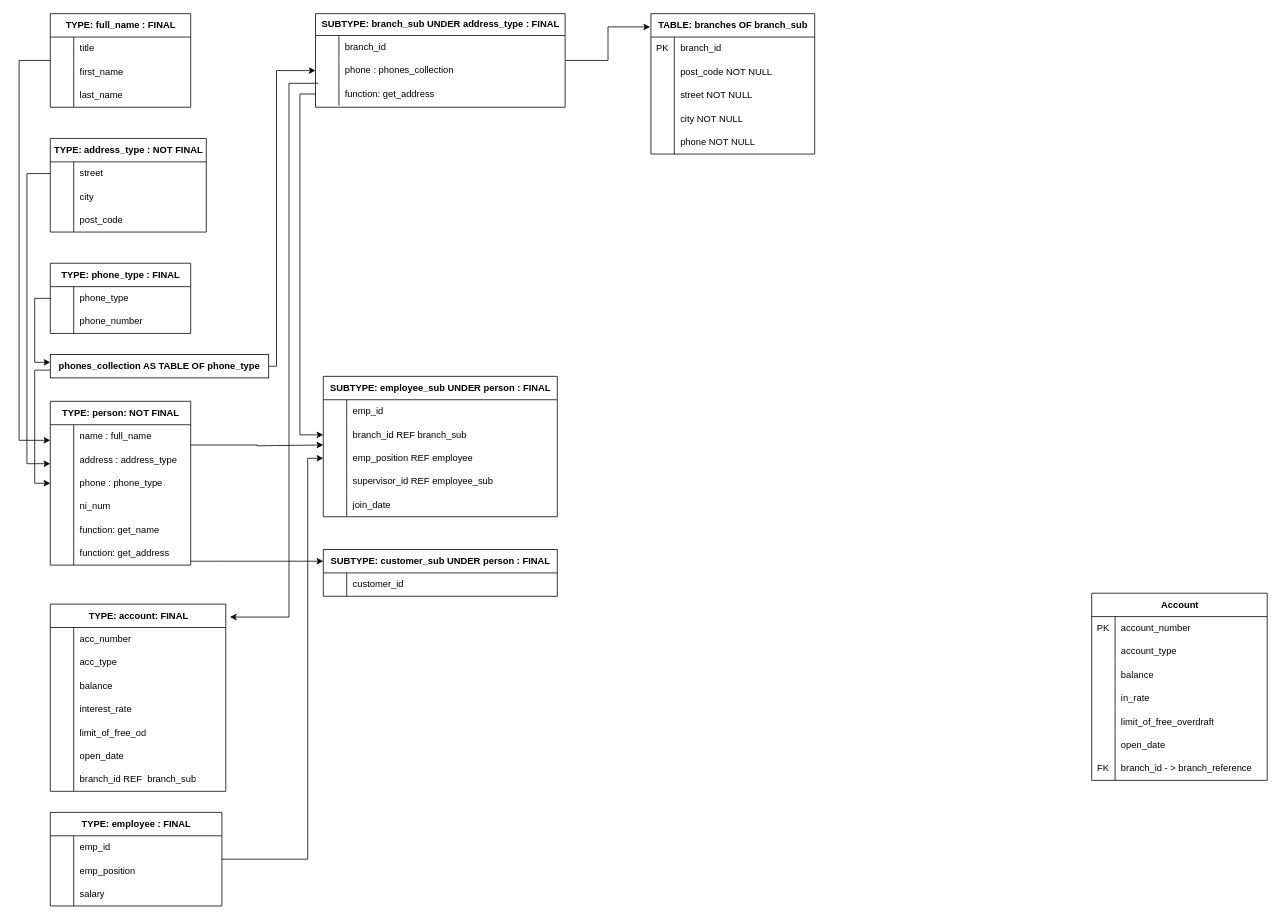
ervette/systemathic-design keeps this draw.io diagram as ERD_UPDATE.drawio. Above is the earlier version. Source tidied: cells renumbered, new cells numbered last; positions are measured from the earlier drawing's top-left corner, leaving out a move shared by most shapes. Both pictures are drawn from the tidied source at 78%, with x=0, y=0 at pixel (19, 13).
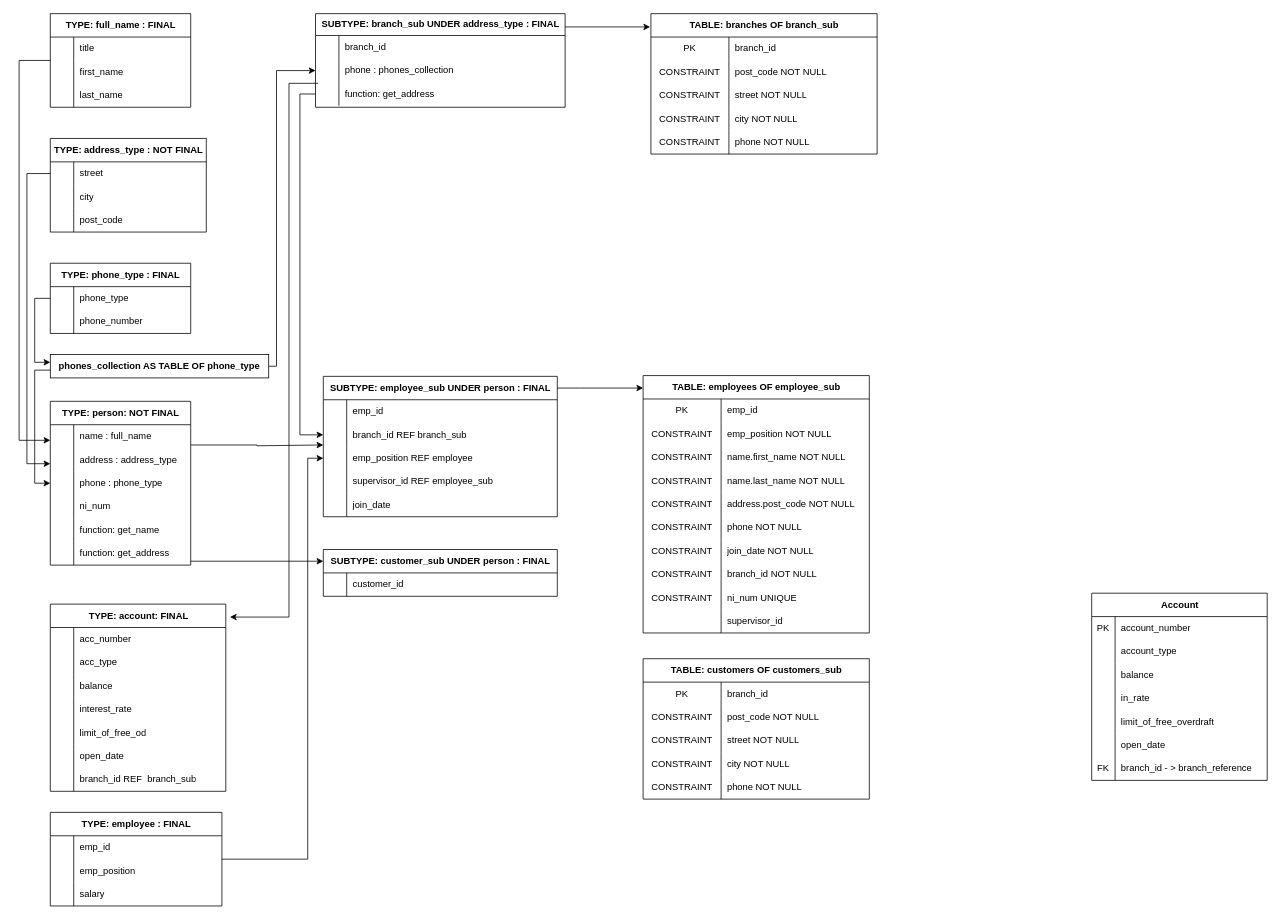
The same diagram, later.

Unchanged cells that the change refers to:
```xml
<mxCell id="69" value="SUBTYPE: branch_sub UNDER address_type : FINAL" style="shape=table;startSize=28;childLayout=tableLayout;rowLines=0;fontStyle=1;align=center;html=1;" parent="1" vertex="1">
  <mxGeometry x="380" width="320" height="120" as="geometry" />
</mxCell>
<mxCell id="124" value="SUBTYPE: employee_sub UNDER person : FINAL" style="shape=table;startSize=30;childLayout=tableLayout;rowLines=0;fontStyle=1;align=center;html=1;" parent="1" vertex="1">
  <mxGeometry x="390" y="465" width="300" height="180" as="geometry" />
</mxCell>
```

The edit, as a diff of the source:
```diff
@@
     <mxCell id="143" value="TABLE: branches OF branch_sub" style="shape=table;startSize=30;childLayout=tableLayout;rowLines=0;fontStyle=1;align=center;html=1;" parent="1" vertex="1">
-      <mxGeometry x="810" width="210" height="180" as="geometry" />
+      <mxGeometry x="810" width="290" height="180" as="geometry" />
     </mxCell>
     <mxCell id="144" style="shape=tableRow;horizontal=0;startSize=0;swimlaneHead=0;swimlaneBody=0;fillColor=none;top=0;left=0;right=0;bottom=0;" parent="143" vertex="1">
-      <mxGeometry y="30" width="210" height="30" as="geometry" />
+      <mxGeometry y="30" width="290" height="30" as="geometry" />
     </mxCell>
     <mxCell id="145" value="PK" style="shape=partialRectangle;fillColor=none;top=0;left=0;bottom=0;right=0;overflow=hidden;whiteSpace=wrap;html=1;" parent="144" vertex="1">
-      <mxGeometry width="30" height="30" as="geometry" />
+      <mxGeometry width="100" height="30" as="geometry" />
     </mxCell>
     <mxCell id="146" value="branch_id" style="shape=partialRectangle;fillColor=none;top=0;left=0;bottom=0;right=0;align=left;spacingLeft=6;overflow=hidden;whiteSpace=wrap;html=1;" parent="144" vertex="1">
-      <mxGeometry x="30" width="180" height="30" as="geometry" />
+      <mxGeometry x="100" width="190" height="30" as="geometry" />
     </mxCell>
     <mxCell id="147" style="shape=tableRow;horizontal=0;startSize=0;swimlaneHead=0;swimlaneBody=0;fillColor=none;top=0;left=0;right=0;bottom=0;" parent="143" vertex="1">
-      <mxGeometry y="60" width="210" height="30" as="geometry" />
+      <mxGeometry y="60" width="290" height="30" as="geometry" />
     </mxCell>
-    <mxCell id="148" style="shape=partialRectangle;fillColor=none;top=0;left=0;bottom=0;right=0;overflow=hidden;whiteSpace=wrap;html=1;" parent="147" vertex="1">
-      <mxGeometry width="30" height="30" as="geometry" />
+    <mxCell id="148" value="CONSTRAINT" style="shape=partialRectangle;fillColor=none;top=0;left=0;bottom=0;right=0;overflow=hidden;whiteSpace=wrap;html=1;" parent="147" vertex="1">
+      <mxGeometry width="100" height="30" as="geometry" />
     </mxCell>
     <mxCell id="149" value="post_code NOT NULL" style="shape=partialRectangle;fillColor=none;top=0;left=0;bottom=0;right=0;align=left;spacingLeft=6;overflow=hidden;whiteSpace=wrap;html=1;" parent="147" vertex="1">
-      <mxGeometry x="30" width="180" height="30" as="geometry" />
+      <mxGeometry x="100" width="190" height="30" as="geometry" />
     </mxCell>
     <mxCell id="150" style="shape=tableRow;horizontal=0;startSize=0;swimlaneHead=0;swimlaneBody=0;fillColor=none;top=0;left=0;right=0;bottom=0;" parent="143" vertex="1">
-      <mxGeometry y="90" width="210" height="30" as="geometry" />
+      <mxGeometry y="90" width="290" height="30" as="geometry" />
     </mxCell>
-    <mxCell id="151" style="shape=partialRectangle;fillColor=none;top=0;left=0;bottom=0;right=0;overflow=hidden;whiteSpace=wrap;html=1;" parent="150" vertex="1">
-      <mxGeometry width="30" height="30" as="geometry" />
+    <mxCell id="151" value="CONSTRAINT" style="shape=partialRectangle;fillColor=none;top=0;left=0;bottom=0;right=0;overflow=hidden;whiteSpace=wrap;html=1;" parent="150" vertex="1">
+      <mxGeometry width="100" height="30" as="geometry" />
     </mxCell>
     <mxCell id="152" value="street NOT NULL" style="shape=partialRectangle;fillColor=none;top=0;left=0;bottom=0;right=0;align=left;spacingLeft=6;overflow=hidden;whiteSpace=wrap;html=1;" parent="150" vertex="1">
-      <mxGeometry x="30" width="180" height="30" as="geometry" />
+      <mxGeometry x="100" width="190" height="30" as="geometry" />
     </mxCell>
     <mxCell id="153" style="shape=tableRow;horizontal=0;startSize=0;swimlaneHead=0;swimlaneBody=0;fillColor=none;top=0;left=0;right=0;bottom=0;" parent="143" vertex="1">
-      <mxGeometry y="120" width="210" height="30" as="geometry" />
+      <mxGeometry y="120" width="290" height="30" as="geometry" />
     </mxCell>
-    <mxCell id="154" style="shape=partialRectangle;fillColor=none;top=0;left=0;bottom=0;right=0;overflow=hidden;whiteSpace=wrap;html=1;" parent="153" vertex="1">
-      <mxGeometry width="30" height="30" as="geometry" />
+    <mxCell id="154" value="CONSTRAINT" style="shape=partialRectangle;fillColor=none;top=0;left=0;bottom=0;right=0;overflow=hidden;whiteSpace=wrap;html=1;" parent="153" vertex="1">
+      <mxGeometry width="100" height="30" as="geometry" />
     </mxCell>
     <mxCell id="155" value="city NOT NULL" style="shape=partialRectangle;fillColor=none;top=0;left=0;bottom=0;right=0;align=left;spacingLeft=6;overflow=hidden;whiteSpace=wrap;html=1;" parent="153" vertex="1">
-      <mxGeometry x="30" width="180" height="30" as="geometry" />
+      <mxGeometry x="100" width="190" height="30" as="geometry" />
     </mxCell>
     <mxCell id="156" style="shape=tableRow;horizontal=0;startSize=0;swimlaneHead=0;swimlaneBody=0;fillColor=none;top=0;left=0;right=0;bottom=0;" parent="143" vertex="1">
-      <mxGeometry y="150" width="210" height="30" as="geometry" />
+      <mxGeometry y="150" width="290" height="30" as="geometry" />
     </mxCell>
-    <mxCell id="157" style="shape=partialRectangle;fillColor=none;top=0;left=0;bottom=0;right=0;overflow=hidden;whiteSpace=wrap;html=1;" parent="156" vertex="1">
-      <mxGeometry width="30" height="30" as="geometry" />
+    <mxCell id="157" value="CONSTRAINT" style="shape=partialRectangle;fillColor=none;top=0;left=0;bottom=0;right=0;overflow=hidden;whiteSpace=wrap;html=1;" parent="156" vertex="1">
+      <mxGeometry width="100" height="30" as="geometry" />
     </mxCell>
     <mxCell id="158" value="phone NOT NULL" style="shape=partialRectangle;fillColor=none;top=0;left=0;bottom=0;right=0;align=left;spacingLeft=6;overflow=hidden;whiteSpace=wrap;html=1;" parent="156" vertex="1">
-      <mxGeometry x="30" width="180" height="30" as="geometry" />
+      <mxGeometry x="100" width="190" height="30" as="geometry" />
     </mxCell>
     <mxCell id="159" style="edgeStyle=orthogonalEdgeStyle;rounded=0;jettySize=auto;html=1;" parent="1" edge="1" source="69">
       <mxGeometry relative="1" as="geometry">
         <mxPoint x="809" y="17" as="targetPoint" />
         <Array as="points">
-          <mxPoint x="755" y="60" />
-          <mxPoint x="755" y="17" />
-          <mxPoint x="809" y="17" />
+          <mxPoint x="730" y="17" />
+          <mxPoint x="730" y="17" />
         </Array>
       </mxGeometry>
     </mxCell>
+    <mxCell id="160" value="TABLE: employees OF employee_sub" style="shape=table;startSize=30;childLayout=tableLayout;rowLines=0;fontStyle=1;align=center;html=1;" parent="1" vertex="1">
+      <mxGeometry x="800" y="464" width="290" height="330" as="geometry" />
+    </mxCell>
+    <mxCell id="161" style="shape=tableRow;horizontal=0;startSize=0;swimlaneHead=0;swimlaneBody=0;fillColor=none;top=0;left=0;right=0;bottom=0;" parent="160" vertex="1">
+      <mxGeometry y="30" width="290" height="30" as="geometry" />
+    </mxCell>
+    <mxCell id="162" value="PK" style="shape=partialRectangle;fillColor=none;top=0;left=0;bottom=0;right=0;overflow=hidden;whiteSpace=wrap;html=1;" parent="161" vertex="1">
+      <mxGeometry width="100" height="30" as="geometry" />
+    </mxCell>
+    <mxCell id="163" value="emp_id" style="shape=partialRectangle;fillColor=none;top=0;left=0;bottom=0;right=0;align=left;spacingLeft=6;overflow=hidden;whiteSpace=wrap;html=1;" parent="161" vertex="1">
+      <mxGeometry x="100" width="190" height="30" as="geometry" />
+    </mxCell>
+    <mxCell id="164" style="shape=tableRow;horizontal=0;startSize=0;swimlaneHead=0;swimlaneBody=0;fillColor=none;top=0;left=0;right=0;bottom=0;" parent="160" vertex="1">
+      <mxGeometry y="60" width="290" height="30" as="geometry" />
+    </mxCell>
+    <mxCell id="165" value="CONSTRAINT" style="shape=partialRectangle;fillColor=none;top=0;left=0;bottom=0;right=0;overflow=hidden;whiteSpace=wrap;html=1;" parent="164" vertex="1">
+      <mxGeometry width="100" height="30" as="geometry" />
+    </mxCell>
+    <mxCell id="166" value="emp_position NOT NULL" style="shape=partialRectangle;fillColor=none;top=0;left=0;bottom=0;right=0;align=left;spacingLeft=6;overflow=hidden;whiteSpace=wrap;html=1;" parent="164" vertex="1">
+      <mxGeometry x="100" width="190" height="30" as="geometry" />
+    </mxCell>
+    <mxCell id="167" style="shape=tableRow;horizontal=0;startSize=0;swimlaneHead=0;swimlaneBody=0;fillColor=none;top=0;left=0;right=0;bottom=0;" parent="160" vertex="1">
+      <mxGeometry y="90" width="290" height="30" as="geometry" />
+    </mxCell>
+    <mxCell id="168" value="CONSTRAINT" style="shape=partialRectangle;fillColor=none;top=0;left=0;bottom=0;right=0;overflow=hidden;whiteSpace=wrap;html=1;" parent="167" vertex="1">
+      <mxGeometry width="100" height="30" as="geometry" />
+    </mxCell>
+    <mxCell id="169" value="name.first_name NOT NULL" style="shape=partialRectangle;fillColor=none;top=0;left=0;bottom=0;right=0;align=left;spacingLeft=6;overflow=hidden;whiteSpace=wrap;html=1;" parent="167" vertex="1">
+      <mxGeometry x="100" width="190" height="30" as="geometry" />
+    </mxCell>
+    <mxCell id="170" style="shape=tableRow;horizontal=0;startSize=0;swimlaneHead=0;swimlaneBody=0;fillColor=none;top=0;left=0;right=0;bottom=0;" parent="160" vertex="1">
+      <mxGeometry y="120" width="290" height="30" as="geometry" />
+    </mxCell>
+    <mxCell id="171" value="CONSTRAINT" style="shape=partialRectangle;fillColor=none;top=0;left=0;bottom=0;right=0;overflow=hidden;whiteSpace=wrap;html=1;" parent="170" vertex="1">
+      <mxGeometry width="100" height="30" as="geometry" />
+    </mxCell>
+    <mxCell id="172" value="name.last_name NOT NULL" style="shape=partialRectangle;fillColor=none;top=0;left=0;bottom=0;right=0;align=left;spacingLeft=6;overflow=hidden;whiteSpace=wrap;html=1;" parent="170" vertex="1">
+      <mxGeometry x="100" width="190" height="30" as="geometry" />
+    </mxCell>
+    <mxCell id="173" style="shape=tableRow;horizontal=0;startSize=0;swimlaneHead=0;swimlaneBody=0;fillColor=none;top=0;left=0;right=0;bottom=0;" parent="160" vertex="1">
+      <mxGeometry y="150" width="290" height="30" as="geometry" />
+    </mxCell>
+    <mxCell id="174" value="&lt;span style=&quot;caret-color: rgb(0, 0, 0); color: rgb(0, 0, 0); font-family: Helvetica; font-size: 12px; font-style: normal; font-variant-caps: normal; font-weight: 400; letter-spacing: normal; text-align: center; text-indent: 0px; text-transform: none; word-spacing: 0px; -webkit-text-stroke-width: 0px; background-color: rgb(251, 251, 251); text-decoration: none; float: none; display: inline !important;&quot;&gt;CONSTRAINT&lt;/span&gt;" style="shape=partialRectangle;fillColor=none;top=0;left=0;bottom=0;right=0;overflow=hidden;whiteSpace=wrap;html=1;" parent="173" vertex="1">
+      <mxGeometry width="100" height="30" as="geometry" />
+    </mxCell>
+    <mxCell id="175" value="address.post_code NOT NULL" style="shape=partialRectangle;fillColor=none;top=0;left=0;bottom=0;right=0;align=left;spacingLeft=6;overflow=hidden;whiteSpace=wrap;html=1;" parent="173" vertex="1">
+      <mxGeometry x="100" width="190" height="30" as="geometry" />
+    </mxCell>
+    <mxCell id="176" style="shape=tableRow;horizontal=0;startSize=0;swimlaneHead=0;swimlaneBody=0;fillColor=none;top=0;left=0;right=0;bottom=0;" parent="160" vertex="1">
+      <mxGeometry y="180" width="290" height="30" as="geometry" />
+    </mxCell>
+    <mxCell id="177" value="CONSTRAINT" style="shape=partialRectangle;fillColor=none;top=0;left=0;bottom=0;right=0;overflow=hidden;whiteSpace=wrap;html=1;" parent="176" vertex="1">
+      <mxGeometry width="100" height="30" as="geometry" />
+    </mxCell>
+    <mxCell id="178" value="phone NOT NULL" style="shape=partialRectangle;fillColor=none;top=0;left=0;bottom=0;right=0;align=left;spacingLeft=6;overflow=hidden;whiteSpace=wrap;html=1;" parent="176" vertex="1">
+      <mxGeometry x="100" width="190" height="30" as="geometry" />
+    </mxCell>
+    <mxCell id="179" style="shape=tableRow;horizontal=0;startSize=0;swimlaneHead=0;swimlaneBody=0;fillColor=none;top=0;left=0;right=0;bottom=0;" parent="160" vertex="1">
+      <mxGeometry y="210" width="290" height="30" as="geometry" />
+    </mxCell>
+    <mxCell id="180" value="CONSTRAINT" style="shape=partialRectangle;fillColor=none;top=0;left=0;bottom=0;right=0;overflow=hidden;whiteSpace=wrap;html=1;" parent="179" vertex="1">
+      <mxGeometry width="100" height="30" as="geometry" />
+    </mxCell>
+    <mxCell id="181" value="join_date NOT NULL" style="shape=partialRectangle;fillColor=none;top=0;left=0;bottom=0;right=0;align=left;spacingLeft=6;overflow=hidden;whiteSpace=wrap;html=1;" parent="179" vertex="1">
+      <mxGeometry x="100" width="190" height="30" as="geometry" />
+    </mxCell>
+    <mxCell id="182" style="shape=tableRow;horizontal=0;startSize=0;swimlaneHead=0;swimlaneBody=0;fillColor=none;top=0;left=0;right=0;bottom=0;" parent="160" vertex="1">
+      <mxGeometry y="240" width="290" height="30" as="geometry" />
+    </mxCell>
+    <mxCell id="183" value="CONSTRAINT" style="shape=partialRectangle;fillColor=none;top=0;left=0;bottom=0;right=0;overflow=hidden;whiteSpace=wrap;html=1;" parent="182" vertex="1">
+      <mxGeometry width="100" height="30" as="geometry" />
+    </mxCell>
+    <mxCell id="184" value="branch_id NOT NULL" style="shape=partialRectangle;fillColor=none;top=0;left=0;bottom=0;right=0;align=left;spacingLeft=6;overflow=hidden;whiteSpace=wrap;html=1;" parent="182" vertex="1">
+      <mxGeometry x="100" width="190" height="30" as="geometry" />
+    </mxCell>
+    <mxCell id="185" style="shape=tableRow;horizontal=0;startSize=0;swimlaneHead=0;swimlaneBody=0;fillColor=none;top=0;left=0;right=0;bottom=0;" parent="160" vertex="1">
+      <mxGeometry y="270" width="290" height="30" as="geometry" />
+    </mxCell>
+    <mxCell id="186" value="CONSTRAINT" style="shape=partialRectangle;fillColor=none;top=0;left=0;bottom=0;right=0;overflow=hidden;whiteSpace=wrap;html=1;" parent="185" vertex="1">
+      <mxGeometry width="100" height="30" as="geometry" />
+    </mxCell>
+    <mxCell id="187" value="ni_num UNIQUE" style="shape=partialRectangle;fillColor=none;top=0;left=0;bottom=0;right=0;align=left;spacingLeft=6;overflow=hidden;whiteSpace=wrap;html=1;" parent="185" vertex="1">
+      <mxGeometry x="100" width="190" height="30" as="geometry" />
+    </mxCell>
+    <mxCell id="188" style="shape=tableRow;horizontal=0;startSize=0;swimlaneHead=0;swimlaneBody=0;fillColor=none;top=0;left=0;right=0;bottom=0;" parent="160" vertex="1">
+      <mxGeometry y="300" width="290" height="30" as="geometry" />
+    </mxCell>
+    <mxCell id="189" style="shape=partialRectangle;fillColor=none;top=0;left=0;bottom=0;right=0;overflow=hidden;whiteSpace=wrap;html=1;" parent="188" vertex="1">
+      <mxGeometry width="100" height="30" as="geometry" />
+    </mxCell>
+    <mxCell id="190" value="supervisor_id" style="shape=partialRectangle;fillColor=none;top=0;left=0;bottom=0;right=0;align=left;spacingLeft=6;overflow=hidden;whiteSpace=wrap;html=1;" parent="188" vertex="1">
+      <mxGeometry x="100" width="190" height="30" as="geometry" />
+    </mxCell>
+    <mxCell id="191" style="edgeStyle=orthogonalEdgeStyle;rounded=0;jettySize=auto;html=1;" parent="1" edge="1" source="124">
+      <mxGeometry relative="1" as="geometry">
+        <mxPoint x="800" y="480" as="targetPoint" />
+        <Array as="points">
+          <mxPoint x="720" y="480" />
+          <mxPoint x="720" y="480" />
+        </Array>
+      </mxGeometry>
+    </mxCell>
+    <mxCell id="192" value="TABLE: customers OF customers_sub" style="shape=table;startSize=30;childLayout=tableLayout;rowLines=0;fontStyle=1;align=center;html=1;" parent="1" vertex="1">
+      <mxGeometry x="800" y="827" width="290" height="180" as="geometry" />
+    </mxCell>
+    <mxCell id="193" style="shape=tableRow;horizontal=0;startSize=0;swimlaneHead=0;swimlaneBody=0;fillColor=none;top=0;left=0;right=0;bottom=0;" parent="192" vertex="1">
+      <mxGeometry y="30" width="290" height="30" as="geometry" />
+    </mxCell>
+    <mxCell id="194" value="PK" style="shape=partialRectangle;fillColor=none;top=0;left=0;bottom=0;right=0;overflow=hidden;whiteSpace=wrap;html=1;" parent="193" vertex="1">
+      <mxGeometry width="100" height="30" as="geometry" />
+    </mxCell>
+    <mxCell id="195" value="branch_id" style="shape=partialRectangle;fillColor=none;top=0;left=0;bottom=0;right=0;align=left;spacingLeft=6;overflow=hidden;whiteSpace=wrap;html=1;" parent="193" vertex="1">
+      <mxGeometry x="100" width="190" height="30" as="geometry" />
+    </mxCell>
+    <mxCell id="196" style="shape=tableRow;horizontal=0;startSize=0;swimlaneHead=0;swimlaneBody=0;fillColor=none;top=0;left=0;right=0;bottom=0;" parent="192" vertex="1">
+      <mxGeometry y="60" width="290" height="30" as="geometry" />
+    </mxCell>
+    <mxCell id="197" value="CONSTRAINT" style="shape=partialRectangle;fillColor=none;top=0;left=0;bottom=0;right=0;overflow=hidden;whiteSpace=wrap;html=1;" parent="196" vertex="1">
+      <mxGeometry width="100" height="30" as="geometry" />
+    </mxCell>
+    <mxCell id="198" value="post_code NOT NULL" style="shape=partialRectangle;fillColor=none;top=0;left=0;bottom=0;right=0;align=left;spacingLeft=6;overflow=hidden;whiteSpace=wrap;html=1;" parent="196" vertex="1">
+      <mxGeometry x="100" width="190" height="30" as="geometry" />
+    </mxCell>
+    <mxCell id="199" style="shape=tableRow;horizontal=0;startSize=0;swimlaneHead=0;swimlaneBody=0;fillColor=none;top=0;left=0;right=0;bottom=0;" parent="192" vertex="1">
+      <mxGeometry y="90" width="290" height="30" as="geometry" />
+    </mxCell>
+    <mxCell id="200" value="CONSTRAINT" style="shape=partialRectangle;fillColor=none;top=0;left=0;bottom=0;right=0;overflow=hidden;whiteSpace=wrap;html=1;" parent="199" vertex="1">
+      <mxGeometry width="100" height="30" as="geometry" />
+    </mxCell>
+    <mxCell id="201" value="street NOT NULL" style="shape=partialRectangle;fillColor=none;top=0;left=0;bottom=0;right=0;align=left;spacingLeft=6;overflow=hidden;whiteSpace=wrap;html=1;" parent="199" vertex="1">
+      <mxGeometry x="100" width="190" height="30" as="geometry" />
+    </mxCell>
+    <mxCell id="202" style="shape=tableRow;horizontal=0;startSize=0;swimlaneHead=0;swimlaneBody=0;fillColor=none;top=0;left=0;right=0;bottom=0;" parent="192" vertex="1">
+      <mxGeometry y="120" width="290" height="30" as="geometry" />
+    </mxCell>
+    <mxCell id="203" value="CONSTRAINT" style="shape=partialRectangle;fillColor=none;top=0;left=0;bottom=0;right=0;overflow=hidden;whiteSpace=wrap;html=1;" parent="202" vertex="1">
+      <mxGeometry width="100" height="30" as="geometry" />
+    </mxCell>
+    <mxCell id="204" value="city NOT NULL" style="shape=partialRectangle;fillColor=none;top=0;left=0;bottom=0;right=0;align=left;spacingLeft=6;overflow=hidden;whiteSpace=wrap;html=1;" parent="202" vertex="1">
+      <mxGeometry x="100" width="190" height="30" as="geometry" />
+    </mxCell>
+    <mxCell id="205" style="shape=tableRow;horizontal=0;startSize=0;swimlaneHead=0;swimlaneBody=0;fillColor=none;top=0;left=0;right=0;bottom=0;" parent="192" vertex="1">
+      <mxGeometry y="150" width="290" height="30" as="geometry" />
+    </mxCell>
+    <mxCell id="206" value="CONSTRAINT" style="shape=partialRectangle;fillColor=none;top=0;left=0;bottom=0;right=0;overflow=hidden;whiteSpace=wrap;html=1;" parent="205" vertex="1">
+      <mxGeometry width="100" height="30" as="geometry" />
+    </mxCell>
+    <mxCell id="207" value="phone NOT NULL" style="shape=partialRectangle;fillColor=none;top=0;left=0;bottom=0;right=0;align=left;spacingLeft=6;overflow=hidden;whiteSpace=wrap;html=1;" parent="205" vertex="1">
+      <mxGeometry x="100" width="190" height="30" as="geometry" />
+    </mxCell>
```
